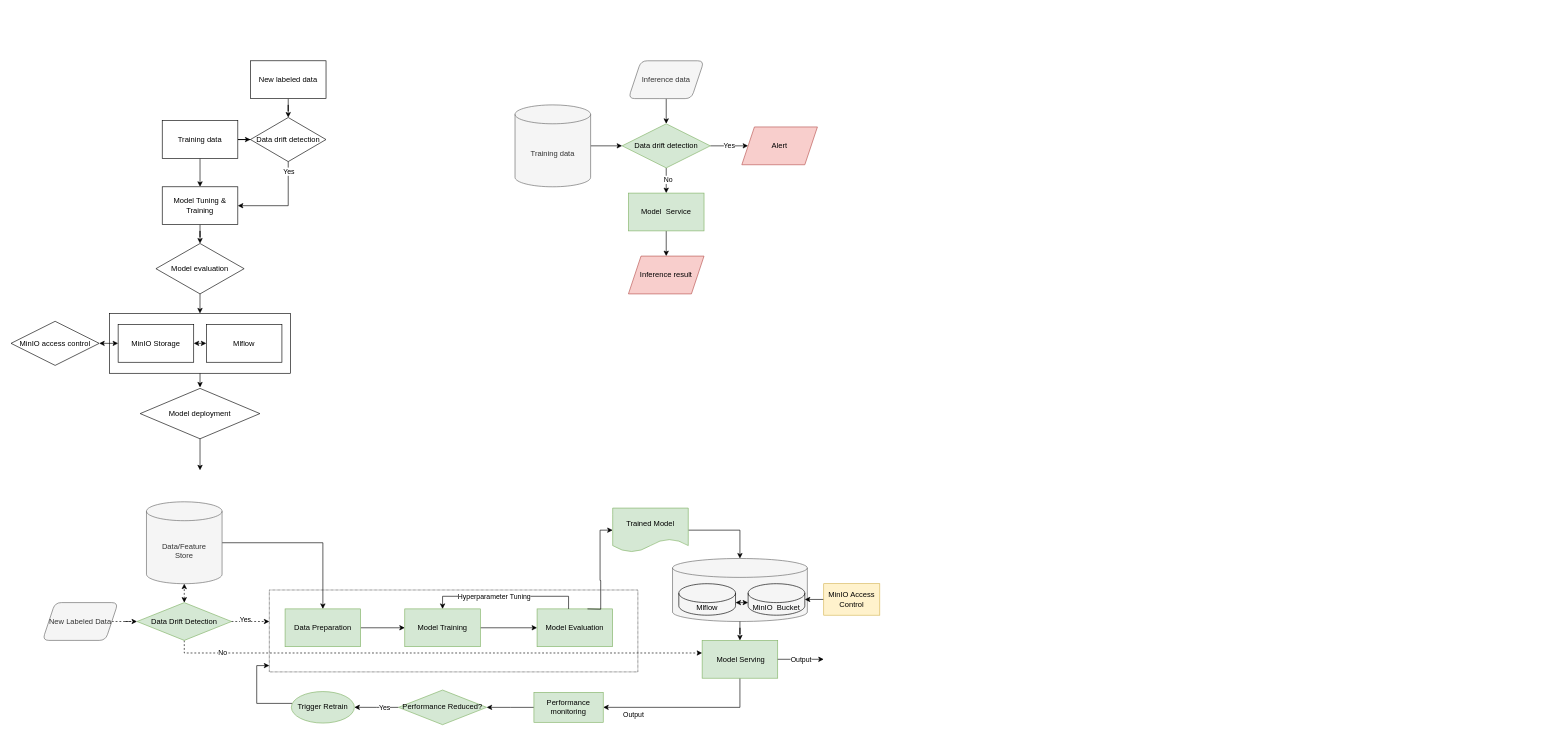
This is Untitled Diagram.drawio from ZhongNingmou/draw.io, a draw.io file, before an edit. Source tidied: cells renumbered, new cells numbered last; positions are measured from the earlier drawing's top-left corner, leaving out a move shared by most shapes. Both pictures are drawn from the tidied source at 63%, with x=0, y=0 at pixel (11, 60).
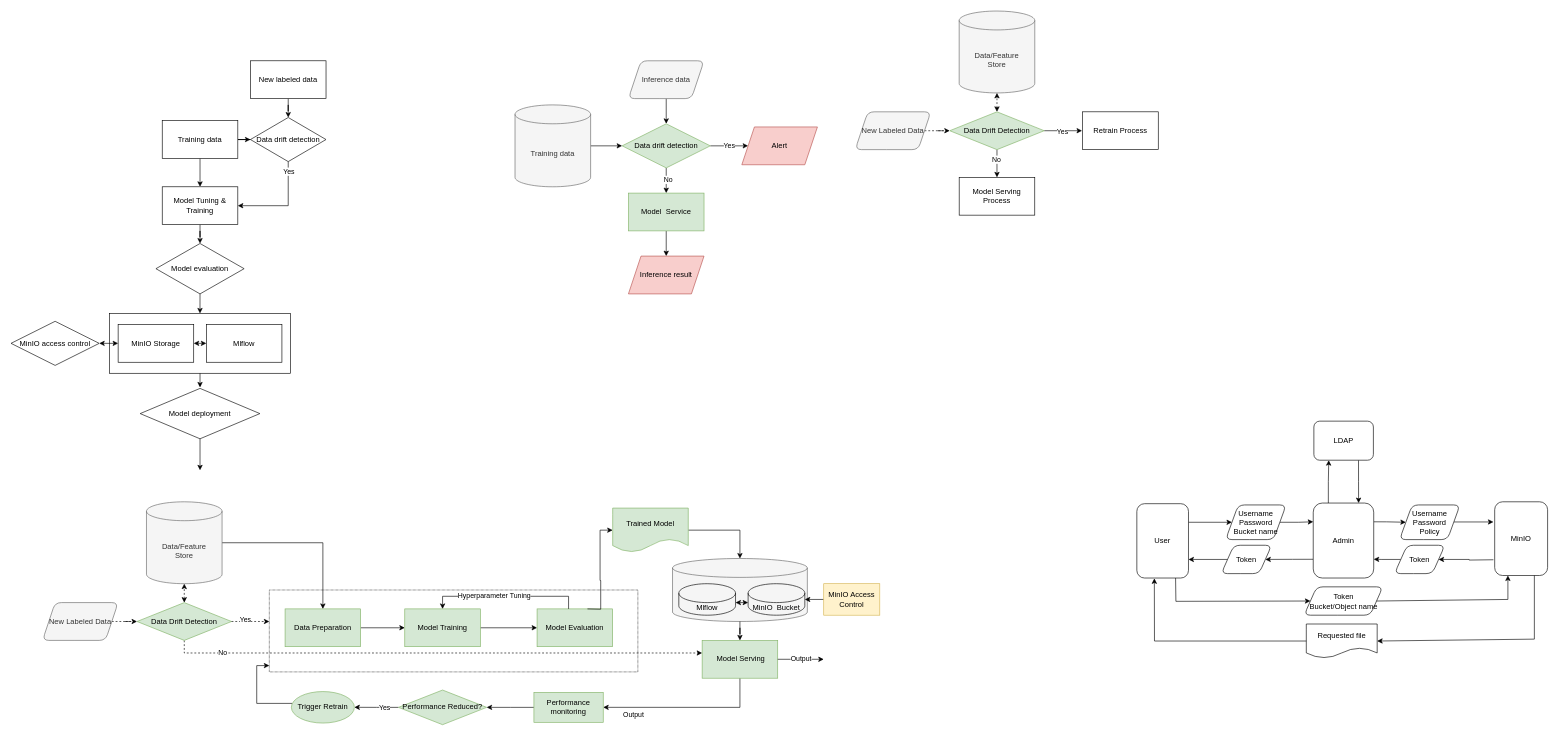
After the change.

Diff of the diagram source:
```diff
@@
+    <mxCell id="74" style="edgeStyle=orthogonalEdgeStyle;rounded=0;jettySize=auto;html=1;" parent="1" edge="1" source="78">
+      <mxGeometry relative="1" as="geometry">
+        <mxPoint x="1565" y="185" as="targetPoint" />
+      </mxGeometry>
+    </mxCell>
+    <mxCell id="75" value="No" style="edgeLabel;html=1;align=center;verticalAlign=middle;" parent="74" vertex="1">
+      <mxGeometry x="-0.3" y="-2" relative="1" as="geometry">
+        <mxPoint y="-1" as="offset" />
+      </mxGeometry>
+    </mxCell>
+    <mxCell id="76" style="edgeStyle=orthogonalEdgeStyle;rounded=0;jettySize=auto;html=1;" parent="1" edge="1" source="78">
+      <mxGeometry relative="1" as="geometry">
+        <mxPoint x="1700" y="111" as="targetPoint" />
+      </mxGeometry>
+    </mxCell>
+    <mxCell id="77" value="Yes" style="edgeLabel;html=1;align=center;verticalAlign=middle;" parent="76" vertex="1">
+      <mxGeometry x="-0.06" y="-1" relative="1" as="geometry" />
+    </mxCell>
+    <mxCell id="78" value="Data Drift Detection" style="rhombus;whiteSpace=wrap;html=1;rounded=0;fillColor=#d5e8d4;strokeColor=#82b366;" parent="1" vertex="1">
+      <mxGeometry x="1490" y="81" width="150" height="60" as="geometry" />
+    </mxCell>
+    <mxCell id="79" value="Data/Feature&lt;br&gt;Store" style="shape=cylinder3;whiteSpace=wrap;html=1;boundedLbl=1;backgroundOutline=1;size=15;rounded=0;fillColor=#f5f5f5;fontColor=#333333;strokeColor=#666666;" parent="1" vertex="1">
+      <mxGeometry x="1505" y="-79" width="120" height="130" as="geometry" />
+    </mxCell>
+    <mxCell id="80" style="edgeStyle=orthogonalEdgeStyle;rounded=0;jettySize=auto;html=1;dashed=1;exitX=1;exitY=0.5;exitDx=0;exitDy=0;" parent="1" edge="1" source="82" target="78">
+      <mxGeometry relative="1" as="geometry" />
+    </mxCell>
+    <mxCell id="81" style="endArrow=classic;startArrow=classic;html=1;rounded=0;dashed=1;entryX=0.5;entryY=1;entryDx=0;entryDy=0;entryPerimeter=0;" parent="1" edge="1" source="78" target="79">
+      <mxGeometry relative="1" as="geometry" />
+    </mxCell>
+    <mxCell id="82" value="New Labeled Data" style="shape=parallelogram;perimeter=parallelogramPerimeter;whiteSpace=wrap;html=1;fixedSize=1;rounded=1;fillColor=#f5f5f5;fontColor=#333333;strokeColor=#666666;" parent="1" vertex="1">
+      <mxGeometry x="1340" y="81" width="120" height="60" as="geometry" />
+    </mxCell>
+    <mxCell id="83" value="Retrain Process" style="rounded=0;whiteSpace=wrap;html=1;" parent="1" vertex="1">
+      <mxGeometry x="1701" y="81" width="120" height="60" as="geometry" />
+    </mxCell>
+    <mxCell id="84" value="Model Serving Process" style="rounded=0;whiteSpace=wrap;html=1;" parent="1" vertex="1">
+      <mxGeometry x="1505" y="185" width="120" height="60" as="geometry" />
+    </mxCell>
+    <mxCell id="85" style="edgeStyle=orthogonalEdgeStyle;rounded=0;jettySize=auto;html=1;exitX=1;exitY=0.25;exitDx=0;exitDy=0;entryX=0;entryY=0.5;entryDx=0;entryDy=0;" parent="1" edge="1" source="86" target="96">
+      <mxGeometry relative="1" as="geometry" />
+    </mxCell>
+    <mxCell id="86" value="User" style="rounded=1;whiteSpace=wrap;html=1;" parent="1" vertex="1">
+      <mxGeometry x="1787" y="703" width="82" height="118" as="geometry" />
+    </mxCell>
+    <mxCell id="87" style="edgeStyle=orthogonalEdgeStyle;rounded=0;jettySize=auto;html=1;exitX=0;exitY=0.75;exitDx=0;exitDy=0;" parent="1" edge="1" source="90" target="98">
+      <mxGeometry relative="1" as="geometry" />
+    </mxCell>
+    <mxCell id="88" style="edgeStyle=orthogonalEdgeStyle;rounded=0;jettySize=auto;html=1;exitX=0.25;exitY=0;exitDx=0;exitDy=0;entryX=0.25;entryY=1;entryDx=0;entryDy=0;" parent="1" edge="1" source="90" target="94">
+      <mxGeometry relative="1" as="geometry" />
+    </mxCell>
+    <mxCell id="89" style="edgeStyle=orthogonalEdgeStyle;rounded=0;jettySize=auto;html=1;exitX=1;exitY=0.25;exitDx=0;exitDy=0;" parent="1" edge="1" source="90" target="100">
+      <mxGeometry relative="1" as="geometry" />
+    </mxCell>
+    <mxCell id="90" value="Admin" style="rounded=1;whiteSpace=wrap;html=1;" parent="1" vertex="1">
+      <mxGeometry x="2067" y="702" width="96" height="119" as="geometry" />
+    </mxCell>
+    <mxCell id="91" style="edgeStyle=orthogonalEdgeStyle;rounded=0;jettySize=auto;html=1;" parent="1" edge="1" target="102">
+      <mxGeometry relative="1" as="geometry">
+        <mxPoint x="2353" y="792" as="sourcePoint" />
+      </mxGeometry>
+    </mxCell>
+    <mxCell id="92" value="MinIO" style="rounded=1;whiteSpace=wrap;html=1;" parent="1" vertex="1">
+      <mxGeometry x="2355" y="700" width="84" height="117" as="geometry" />
+    </mxCell>
+    <mxCell id="93" style="edgeStyle=orthogonalEdgeStyle;rounded=0;jettySize=auto;html=1;exitX=0.75;exitY=1;exitDx=0;exitDy=0;entryX=0.75;entryY=0;entryDx=0;entryDy=0;" parent="1" edge="1" source="94" target="90">
+      <mxGeometry relative="1" as="geometry" />
+    </mxCell>
+    <mxCell id="94" value="LDAP" style="rounded=1;whiteSpace=wrap;html=1;" parent="1" vertex="1">
+      <mxGeometry x="2068" y="572" width="94.5" height="62" as="geometry" />
+    </mxCell>
+    <mxCell id="95" style="edgeStyle=orthogonalEdgeStyle;rounded=0;jettySize=auto;html=1;entryX=0;entryY=0.25;entryDx=0;entryDy=0;" parent="1" edge="1" source="96" target="90">
+      <mxGeometry relative="1" as="geometry">
+        <Array as="points">
+          <mxPoint x="2044" y="732" />
+          <mxPoint x="2046" y="732" />
+        </Array>
+      </mxGeometry>
+    </mxCell>
+    <mxCell id="96" value="Username&lt;br&gt;Password&lt;br&gt;Bucket name" style="shape=parallelogram;perimeter=parallelogramPerimeter;whiteSpace=wrap;html=1;fixedSize=1;rounded=1;" parent="1" vertex="1">
+      <mxGeometry x="1928" y="705" width="96" height="55" as="geometry" />
+    </mxCell>
+    <mxCell id="97" style="edgeStyle=orthogonalEdgeStyle;rounded=0;jettySize=auto;html=1;entryX=1;entryY=0.75;entryDx=0;entryDy=0;" parent="1" edge="1" source="98" target="86">
+      <mxGeometry relative="1" as="geometry" />
+    </mxCell>
+    <mxCell id="98" value="Token" style="shape=parallelogram;perimeter=parallelogramPerimeter;whiteSpace=wrap;html=1;fixedSize=1;rounded=1;" parent="1" vertex="1">
+      <mxGeometry x="1921" y="769" width="80" height="45" as="geometry" />
+    </mxCell>
+    <mxCell id="99" style="edgeStyle=orthogonalEdgeStyle;rounded=0;jettySize=auto;html=1;" parent="1" edge="1" source="100">
+      <mxGeometry relative="1" as="geometry">
+        <mxPoint x="2353" y="732" as="targetPoint" />
+      </mxGeometry>
+    </mxCell>
+    <mxCell id="100" value="Username&lt;br&gt;Password&lt;br&gt;Policy" style="shape=parallelogram;perimeter=parallelogramPerimeter;whiteSpace=wrap;html=1;fixedSize=1;rounded=1;" parent="1" vertex="1">
+      <mxGeometry x="2204" y="705" width="96" height="55" as="geometry" />
+    </mxCell>
+    <mxCell id="101" style="edgeStyle=orthogonalEdgeStyle;rounded=0;jettySize=auto;html=1;entryX=1;entryY=0.75;entryDx=0;entryDy=0;" parent="1" edge="1" source="102" target="90">
+      <mxGeometry relative="1" as="geometry" />
+    </mxCell>
+    <mxCell id="102" value="Token" style="shape=parallelogram;perimeter=parallelogramPerimeter;whiteSpace=wrap;html=1;fixedSize=1;rounded=1;" parent="1" vertex="1">
+      <mxGeometry x="2196" y="769" width="80" height="45" as="geometry" />
+    </mxCell>
+    <mxCell id="103" value="Token&lt;br&gt;Bucket/Object name" style="shape=parallelogram;perimeter=parallelogramPerimeter;whiteSpace=wrap;html=1;fixedSize=1;rounded=1;" parent="1" vertex="1">
+      <mxGeometry x="2052.5" y="835" width="125" height="45" as="geometry" />
+    </mxCell>
+    <mxCell id="104" style="endArrow=classic;html=1;rounded=0;exitX=0.75;exitY=1;exitDx=0;exitDy=0;entryX=0;entryY=0.5;entryDx=0;entryDy=0;" parent="1" edge="1" source="86" target="103">
+      <mxGeometry relative="1" as="geometry">
+        <Array as="points">
+          <mxPoint x="1849" y="858" />
+        </Array>
+      </mxGeometry>
+    </mxCell>
+    <mxCell id="105" style="endArrow=classic;html=1;rounded=0;exitX=1;exitY=0.5;exitDx=0;exitDy=0;entryX=0.25;entryY=1;entryDx=0;entryDy=0;" parent="1" edge="1" source="103" target="92">
+      <mxGeometry relative="1" as="geometry">
+        <Array as="points">
+          <mxPoint x="2376" y="855" />
+        </Array>
+      </mxGeometry>
+    </mxCell>
+    <mxCell id="106" value="Requested file" style="shape=document;whiteSpace=wrap;html=1;boundedLbl=1;rounded=1;" parent="1" vertex="1">
+      <mxGeometry x="2056" y="894" width="112.5" height="54" as="geometry" />
+    </mxCell>
+    <mxCell id="107" style="endArrow=classic;html=1;rounded=0;entryX=0.339;entryY=1.005;entryDx=0;entryDy=0;entryPerimeter=0;exitX=0;exitY=0.5;exitDx=0;exitDy=0;" parent="1" edge="1" source="106" target="86">
+      <mxGeometry relative="1" as="geometry">
+        <Array as="points">
+          <mxPoint x="1815" y="921" />
+        </Array>
+      </mxGeometry>
+    </mxCell>
+    <mxCell id="108" style="endArrow=classic;html=1;rounded=0;exitX=0.75;exitY=1;exitDx=0;exitDy=0;entryX=1;entryY=0.5;entryDx=0;entryDy=0;" parent="1" edge="1" source="92" target="106">
+      <mxGeometry relative="1" as="geometry">
+        <Array as="points">
+          <mxPoint x="2418" y="918" />
+        </Array>
+      </mxGeometry>
+    </mxCell>
```
